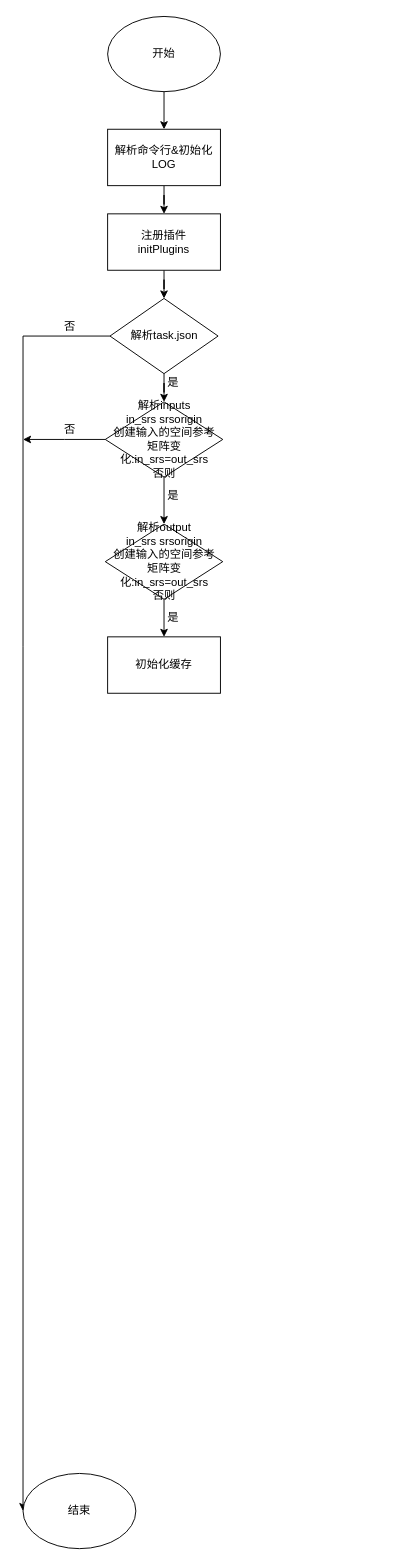
Before: Untitled Diagram.drawio in guanchen-super/C-Plus-Plus, a draw.io diagram. Source tidied: cells renumbered, new cells numbered last; positions are measured from the earlier drawing's top-left corner, leaving out a move shared by most shapes. Both pictures are drawn from the tidied source at 94%, with x=0, y=0 at pixel (23, 16).
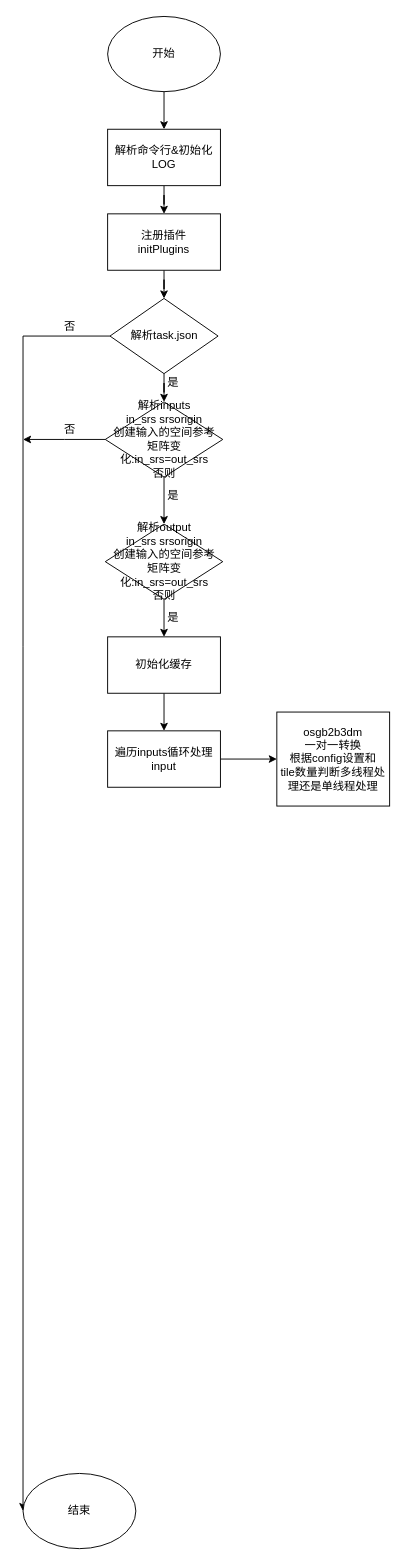
The same page after the edit.

The change refers to these unchanged cells:
```xml
<mxCell id="21" value="初始化缓存" style="whiteSpace=wrap;html=1;" parent="1" vertex="1">
  <mxGeometry x="90" y="660" width="120" height="60" as="geometry" />
</mxCell>
```

Diff of the diagram source:
```diff
@@
+    <mxCell id="23" style="edgeStyle=orthogonalEdgeStyle;rounded=0;jettySize=auto;html=1;" parent="1" edge="1" source="21" target="25">
+      <mxGeometry relative="1" as="geometry" />
+    </mxCell>
@@
+    <mxCell id="24" style="edgeStyle=orthogonalEdgeStyle;rounded=0;jettySize=auto;html=1;" parent="1" edge="1" source="25" target="26">
+      <mxGeometry relative="1" as="geometry" />
+    </mxCell>
+    <mxCell id="25" value="遍历inputs循环处理input" style="whiteSpace=wrap;html=1;" parent="1" vertex="1">
+      <mxGeometry x="90" y="760" width="120" height="60" as="geometry" />
+    </mxCell>
+    <mxCell id="26" value="osgb2b3dm&lt;br&gt;一对一转换&lt;br&gt;根据config设置和&lt;br&gt;tile数量判断多线程处理还是单线程处理" style="whiteSpace=wrap;html=1;" parent="1" vertex="1">
+      <mxGeometry x="270" y="740" width="120" height="100" as="geometry" />
+    </mxCell>
```
